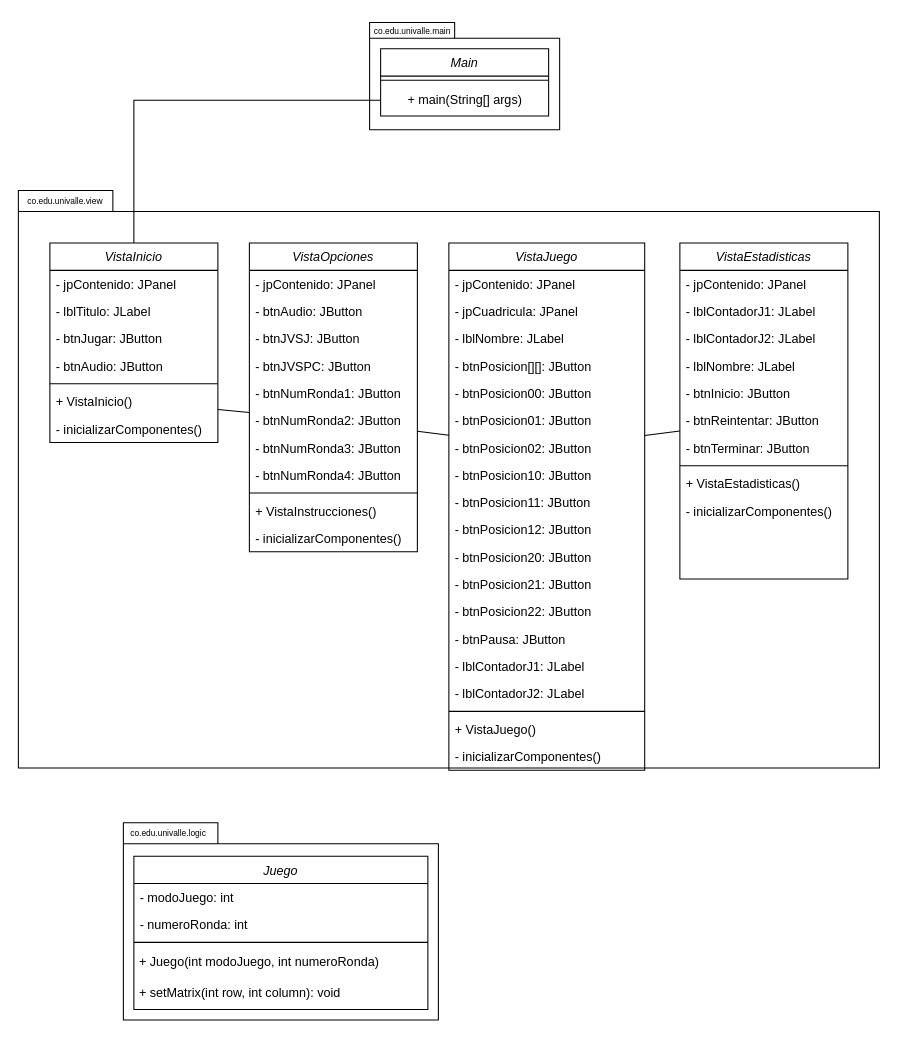
Before: Class Diagram - MiniProyecto2FPOE.drawio in puyojulian/MiniProyecto2FPOE, a draw.io diagram. Source tidied: cells renumbered, new cells numbered last; positions are measured from the earlier drawing's top-left corner, leaving out a move shared by most shapes. Both pictures are drawn from the tidied source at 105%, with x=0, y=0 at pixel (18, 18).
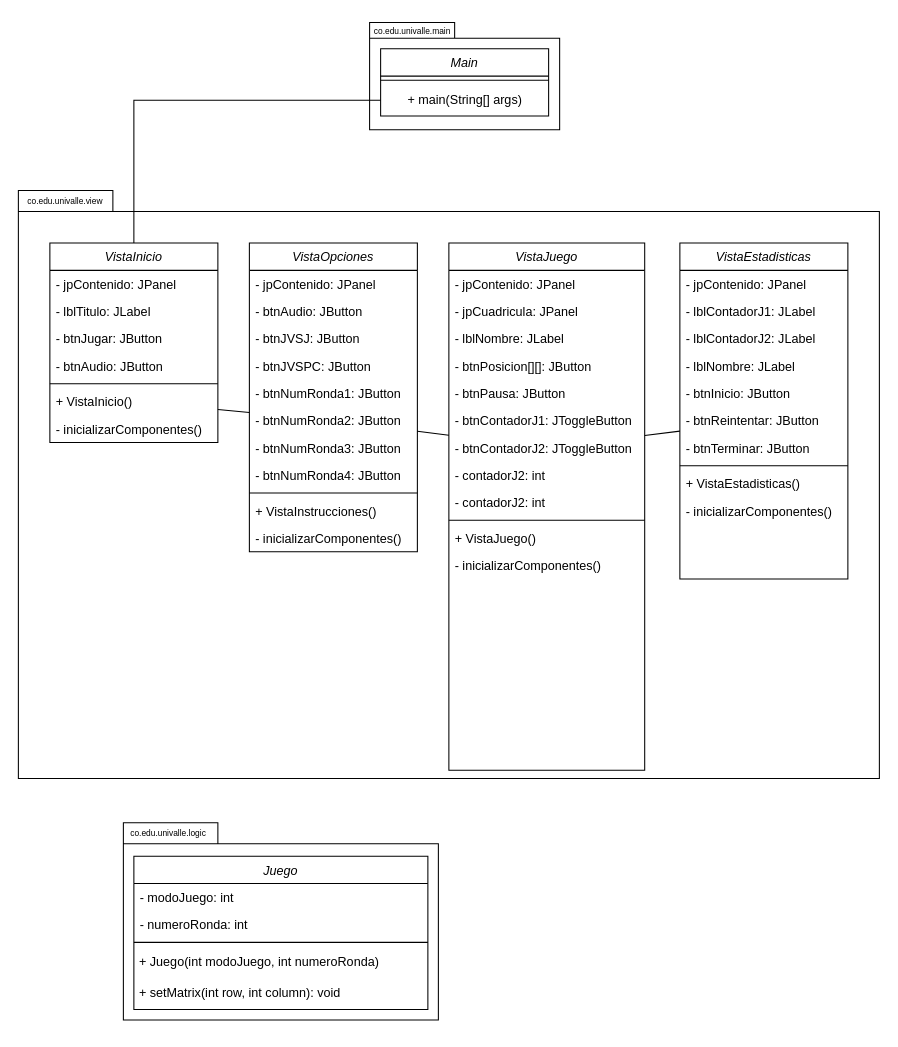
The same diagram, later.

Commit message:
Update Class Diagram - Cambio del diseño de los JLabels para los contadores por JToggleButtons, contadores enteros añadidos para proveer de estado a dichos botones.

The change refers to these unchanged cells:
```xml
<mxCell id="14" value="- btnNumRonda2: JButton" style="text;align=left;verticalAlign=top;spacingLeft=4;spacingRight=4;overflow=hidden;points=[[0,0.5],[1,0.5]];portConstraint=eastwest;rounded=0;shadow=0;html=0;" parent="8" vertex="1">
  <mxGeometry y="156" width="160" height="26" as="geometry" />
</mxCell>
<mxCell id="34" value="VistaJuego" style="swimlane;fontStyle=2;align=center;verticalAlign=top;horizontal=1;startSize=26;rounded=0;shadow=0;strokeWidth=1;" parent="1" vertex="1">
  <mxGeometry x="410" y="214" width="186.5" height="502" as="geometry" />
</mxCell>
<mxCell id="65" value="- btnReintentar: JButton" style="text;align=left;verticalAlign=top;spacingLeft=4;spacingRight=4;overflow=hidden;points=[[0,0.5],[1,0.5]];portConstraint=eastwest;rounded=0;shadow=0;html=0;" parent="59" vertex="1">
  <mxGeometry y="156" width="160" height="26" as="geometry" />
</mxCell>
```

Change to the diagram source:
```diff
@@
     <mxCell id="4" style="shape=folder;fontStyle=1;spacingTop=10;tabWidth=90;tabHeight=20;tabPosition=left;html=1;whiteSpace=wrap;" parent="1" vertex="1">
-      <mxGeometry y="164" width="820" height="550" as="geometry" />
+      <mxGeometry y="164" width="820" height="560" as="geometry" />
     </mxCell>
@@
-    <mxCell id="39" value="- btnPosicion00: JButton" style="text;align=left;verticalAlign=top;spacingLeft=4;spacingRight=4;overflow=hidden;rounded=0;shadow=0;html=0;" parent="34" vertex="1">
-      <mxGeometry y="130" width="186.5" height="26" as="geometry" />
-    </mxCell>
-    <mxCell id="40" value="- btnPosicion01: JButton" style="text;align=left;verticalAlign=top;spacingLeft=4;spacingRight=4;overflow=hidden;rounded=0;shadow=0;html=0;" parent="34" vertex="1">
-      <mxGeometry y="156" width="186.5" height="26" as="geometry" />
-    </mxCell>
-    <mxCell id="41" value="- btnPosicion02: JButton" style="text;align=left;verticalAlign=top;spacingLeft=4;spacingRight=4;overflow=hidden;points=[[0,0.5],[1,0.5]];portConstraint=eastwest;rounded=0;shadow=0;html=0;" parent="34" vertex="1">
-      <mxGeometry y="182" width="186.5" height="26" as="geometry" />
-    </mxCell>
-    <mxCell id="42" value="- btnPosicion10: JButton" style="text;align=left;verticalAlign=top;spacingLeft=4;spacingRight=4;overflow=hidden;rounded=0;shadow=0;html=0;" parent="34" vertex="1">
-      <mxGeometry y="208" width="186.5" height="26" as="geometry" />
-    </mxCell>
-    <mxCell id="43" value="- btnPosicion11: JButton" style="text;align=left;verticalAlign=top;spacingLeft=4;spacingRight=4;overflow=hidden;rounded=0;shadow=0;html=0;" parent="34" vertex="1">
-      <mxGeometry y="234" width="186.5" height="26" as="geometry" />
-    </mxCell>
-    <mxCell id="44" value="- btnPosicion12: JButton" style="text;align=left;verticalAlign=top;spacingLeft=4;spacingRight=4;overflow=hidden;rounded=0;shadow=0;html=0;" parent="34" vertex="1">
-      <mxGeometry y="260" width="186.5" height="26" as="geometry" />
-    </mxCell>
-    <mxCell id="45" value="- btnPosicion20: JButton" style="text;align=left;verticalAlign=top;spacingLeft=4;spacingRight=4;overflow=hidden;rounded=0;shadow=0;html=0;" parent="34" vertex="1">
-      <mxGeometry y="286" width="186.5" height="26" as="geometry" />
-    </mxCell>
-    <mxCell id="46" value="- btnPosicion21: JButton" style="text;align=left;verticalAlign=top;spacingLeft=4;spacingRight=4;overflow=hidden;rounded=0;shadow=0;html=0;" parent="34" vertex="1">
-      <mxGeometry y="312" width="186.5" height="26" as="geometry" />
-    </mxCell>
-    <mxCell id="47" value="- btnPosicion22: JButton" style="text;align=left;verticalAlign=top;spacingLeft=4;spacingRight=4;overflow=hidden;rounded=0;shadow=0;html=0;" parent="34" vertex="1">
-      <mxGeometry y="338" width="186.5" height="26" as="geometry" />
-    </mxCell>
     <mxCell id="48" value="- btnPausa: JButton" style="text;align=left;verticalAlign=top;spacingLeft=4;spacingRight=4;overflow=hidden;rounded=0;shadow=0;html=0;" parent="34" vertex="1">
-      <mxGeometry y="364" width="186.5" height="26" as="geometry" />
+      <mxGeometry y="130" width="186.5" height="26" as="geometry" />
     </mxCell>
-    <mxCell id="49" value="- lblContadorJ1: JLabel" style="text;align=left;verticalAlign=top;spacingLeft=4;spacingRight=4;overflow=hidden;" parent="34" vertex="1">
-      <mxGeometry y="390" width="186.5" height="26" as="geometry" />
+    <mxCell id="49" value="- btnContadorJ1: JToggleButton" style="text;align=left;verticalAlign=top;spacingLeft=4;spacingRight=4;overflow=hidden;" parent="34" vertex="1">
+      <mxGeometry y="156" width="186.5" height="26" as="geometry" />
     </mxCell>
-    <mxCell id="50" value="- lblContadorJ2: JLabel" style="text;align=left;verticalAlign=top;spacingLeft=4;spacingRight=4;overflow=hidden;" parent="34" vertex="1">
-      <mxGeometry y="416" width="186.5" height="26" as="geometry" />
+    <mxCell id="50" value="- btnContadorJ2: JToggleButton" style="text;align=left;verticalAlign=top;spacingLeft=4;spacingRight=4;overflow=hidden;" parent="34" vertex="1">
+      <mxGeometry y="182" width="186.5" height="26" as="geometry" />
     </mxCell>
+    <mxCell id="73" value="- contadorJ2: int" style="text;align=left;verticalAlign=top;spacingLeft=4;spacingRight=4;overflow=hidden;" parent="34" vertex="1">
+      <mxGeometry y="208" width="186.5" height="26" as="geometry" />
+    </mxCell>
+    <mxCell id="74" value="- contadorJ2: int" style="text;align=left;verticalAlign=top;spacingLeft=4;spacingRight=4;overflow=hidden;" parent="34" vertex="1">
+      <mxGeometry y="234" width="186.5" height="26" as="geometry" />
+    </mxCell>
     <mxCell id="51" style="line;html=1;strokeWidth=1;align=left;verticalAlign=middle;spacingTop=-1;spacingLeft=3;spacingRight=3;labelPosition=right;" parent="34" vertex="1">
-      <mxGeometry y="442" width="186.5" height="8" as="geometry" />
+      <mxGeometry y="260" width="186.5" height="8" as="geometry" />
     </mxCell>
     <mxCell id="52" value="+ VistaJuego()" style="text;align=left;verticalAlign=top;spacingLeft=4;spacingRight=4;overflow=hidden;" parent="34" vertex="1">
-      <mxGeometry y="450" width="186.5" height="26" as="geometry" />
+      <mxGeometry y="268" width="186.5" height="26" as="geometry" />
     </mxCell>
     <mxCell id="53" value="- inicializarComponentes()" style="text;align=left;verticalAlign=top;spacingLeft=4;spacingRight=4;overflow=hidden;" parent="34" vertex="1">
-      <mxGeometry y="476" width="186.5" height="26" as="geometry" />
+      <mxGeometry y="294" width="186.5" height="26" as="geometry" />
     </mxCell>
@@
-    <mxCell id="71" style="endArrow=none;html=1;rounded=0;" parent="1" edge="1" source="14" target="41">
-      <mxGeometry relative="1" as="geometry" />
+    <mxCell id="71" style="endArrow=none;html=1;rounded=0;" parent="1" edge="1" source="14">
+      <mxGeometry relative="1" as="geometry">
+        <mxPoint x="410" y="397.1" as="targetPoint" />
+      </mxGeometry>
     </mxCell>
-    <mxCell id="72" style="endArrow=none;html=1;rounded=0;" parent="1" edge="1" source="41" target="65">
-      <mxGeometry relative="1" as="geometry" />
+    <mxCell id="72" style="endArrow=none;html=1;rounded=0;" parent="1" edge="1" target="65">
+      <mxGeometry relative="1" as="geometry">
+        <mxPoint x="596.5" y="397.3" as="sourcePoint" />
+      </mxGeometry>
     </mxCell>
```
